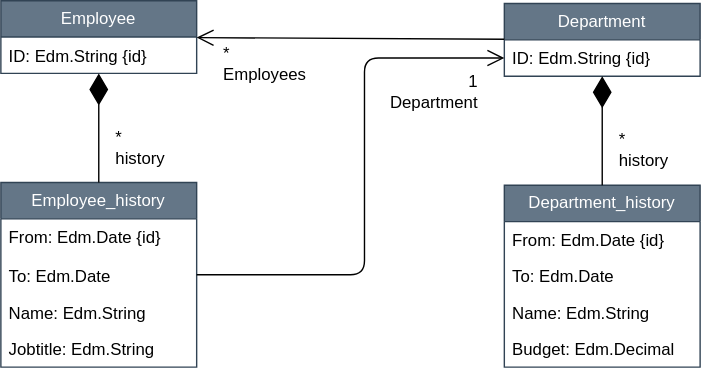
Above: odata-temporal-ext/images/api-2.drawio.svg in oasis-tcs/odata-specs (draw.io), before the change. Source tidied: cells renumbered, new cells last; positions are measured from the earlier drawing's top-left corner, leaving out a move shared by most shapes.
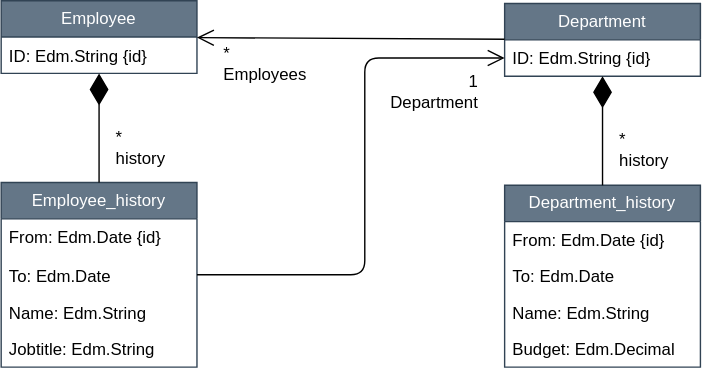
The same file after the commit.

The edit, as a diff of the source:
```diff
@@ -2,70 +2,70 @@
   <root>
     <mxCell id="0" />
     <mxCell id="1" parent="0" />
-    <mxCell id="2" value="Employee_history" style="swimlane;fontStyle=0;horizontal=1;startSize=26;fillColor=#647687;whiteSpace=wrap;html=1;strokeColor=#314354;fontColor=#ffffff;" parent="1" vertex="1">
+    <mxCell id="2" value="Employee_history" style="swimlane;fontStyle=0;horizontal=1;startSize=26;fillColor=#647687;whiteSpace=wrap;html=1;strokeColor=#314354;fontColor=#ffffff;fontFamily=Liberation Sans;" parent="1" vertex="1">
       <mxGeometry y="130" width="140" height="132" as="geometry" />
     </mxCell>
-    <mxCell id="3" value="From: Edm.Date {id}" style="text;strokeColor=none;fillColor=none;align=left;verticalAlign=top;spacingLeft=4;spacingRight=4;overflow=hidden;whiteSpace=wrap;html=1;" parent="2" vertex="1">
+    <mxCell id="3" value="From: Edm.Date {id}" style="text;strokeColor=none;fillColor=none;align=left;verticalAlign=top;spacingLeft=4;spacingRight=4;overflow=hidden;whiteSpace=wrap;html=1;fontFamily=Liberation Sans;" parent="2" vertex="1">
       <mxGeometry y="26" width="140" height="28" as="geometry" />
     </mxCell>
-    <mxCell id="4" value="To: Edm.Date" style="text;strokeColor=none;fillColor=none;align=left;verticalAlign=top;spacingLeft=4;spacingRight=4;overflow=hidden;whiteSpace=wrap;html=1;" parent="2" vertex="1">
+    <mxCell id="4" value="To: Edm.Date" style="text;strokeColor=none;fillColor=none;align=left;verticalAlign=top;spacingLeft=4;spacingRight=4;overflow=hidden;whiteSpace=wrap;html=1;fontFamily=Liberation Sans;" parent="2" vertex="1">
       <mxGeometry y="54" width="140" height="26" as="geometry" />
     </mxCell>
-    <mxCell id="5" value="Name: Edm.String" style="text;strokeColor=none;fillColor=none;align=left;verticalAlign=top;spacingLeft=4;spacingRight=4;overflow=hidden;whiteSpace=wrap;html=1;" parent="2" vertex="1">
+    <mxCell id="5" value="Name: Edm.String" style="text;strokeColor=none;fillColor=none;align=left;verticalAlign=top;spacingLeft=4;spacingRight=4;overflow=hidden;whiteSpace=wrap;html=1;fontFamily=Liberation Sans;" parent="2" vertex="1">
       <mxGeometry y="80" width="140" height="26" as="geometry" />
     </mxCell>
-    <mxCell id="6" value="Jobtitle: Edm.String" style="text;strokeColor=none;fillColor=none;align=left;verticalAlign=top;spacingLeft=4;spacingRight=4;overflow=hidden;whiteSpace=wrap;html=1;" parent="2" vertex="1">
+    <mxCell id="6" value="Jobtitle: Edm.String" style="text;strokeColor=none;fillColor=none;align=left;verticalAlign=top;spacingLeft=4;spacingRight=4;overflow=hidden;whiteSpace=wrap;html=1;fontFamily=Liberation Sans;" parent="2" vertex="1">
       <mxGeometry y="106" width="140" height="26" as="geometry" />
     </mxCell>
-    <mxCell id="7" value="Department_history" style="swimlane;fontStyle=0;horizontal=1;startSize=26;whiteSpace=wrap;html=1;fillColor=#647687;strokeColor=#314354;fontColor=#ffffff;" parent="1" vertex="1">
+    <mxCell id="7" value="Department_history" style="swimlane;fontStyle=0;horizontal=1;startSize=26;whiteSpace=wrap;html=1;fillColor=#647687;strokeColor=#314354;fontColor=#ffffff;fontFamily=Liberation Sans;" parent="1" vertex="1">
       <mxGeometry x="360" y="132" width="140" height="130" as="geometry" />
     </mxCell>
-    <mxCell id="8" value="From: Edm.Date {id}" style="text;strokeColor=none;fillColor=none;align=left;verticalAlign=top;spacingLeft=4;spacingRight=4;overflow=hidden;whiteSpace=wrap;html=1;" parent="7" vertex="1">
+    <mxCell id="8" value="From: Edm.Date {id}" style="text;strokeColor=none;fillColor=none;align=left;verticalAlign=top;spacingLeft=4;spacingRight=4;overflow=hidden;whiteSpace=wrap;html=1;fontFamily=Liberation Sans;" parent="7" vertex="1">
       <mxGeometry y="26" width="140" height="26" as="geometry" />
     </mxCell>
-    <mxCell id="9" value="To: Edm.Date" style="text;strokeColor=none;fillColor=none;align=left;verticalAlign=top;spacingLeft=4;spacingRight=4;overflow=hidden;whiteSpace=wrap;html=1;" parent="7" vertex="1">
+    <mxCell id="9" value="To: Edm.Date" style="text;strokeColor=none;fillColor=none;align=left;verticalAlign=top;spacingLeft=4;spacingRight=4;overflow=hidden;whiteSpace=wrap;html=1;fontFamily=Liberation Sans;" parent="7" vertex="1">
       <mxGeometry y="52" width="140" height="26" as="geometry" />
     </mxCell>
-    <mxCell id="10" value="Name: Edm.String" style="text;strokeColor=none;fillColor=none;align=left;verticalAlign=top;spacingLeft=4;spacingRight=4;overflow=hidden;whiteSpace=wrap;html=1;" parent="7" vertex="1">
+    <mxCell id="10" value="Name: Edm.String" style="text;strokeColor=none;fillColor=none;align=left;verticalAlign=top;spacingLeft=4;spacingRight=4;overflow=hidden;whiteSpace=wrap;html=1;fontFamily=Liberation Sans;" parent="7" vertex="1">
       <mxGeometry y="78" width="140" height="26" as="geometry" />
     </mxCell>
-    <mxCell id="11" value="Budget: Edm.Decimal" style="text;strokeColor=none;fillColor=none;align=left;verticalAlign=top;spacingLeft=4;spacingRight=4;overflow=hidden;whiteSpace=wrap;html=1;" parent="7" vertex="1">
+    <mxCell id="11" value="Budget: Edm.Decimal" style="text;strokeColor=none;fillColor=none;align=left;verticalAlign=top;spacingLeft=4;spacingRight=4;overflow=hidden;whiteSpace=wrap;html=1;fontFamily=Liberation Sans;" parent="7" vertex="1">
       <mxGeometry y="104" width="140" height="26" as="geometry" />
     </mxCell>
-    <mxCell id="12" value="Employee" style="swimlane;fontStyle=0;horizontal=1;startSize=26;fillColor=#647687;whiteSpace=wrap;html=1;strokeColor=#314354;fontColor=#ffffff;" parent="1" vertex="1">
+    <mxCell id="12" value="Employee" style="swimlane;fontStyle=0;horizontal=1;startSize=26;fillColor=#647687;whiteSpace=wrap;html=1;strokeColor=#314354;fontColor=#ffffff;fontFamily=Liberation Sans;" parent="1" vertex="1">
       <mxGeometry width="140" height="52" as="geometry" />
     </mxCell>
-    <mxCell id="13" value="ID: Edm.String {id}" style="text;strokeColor=none;fillColor=none;align=left;verticalAlign=top;spacingLeft=4;spacingRight=4;overflow=hidden;whiteSpace=wrap;html=1;" parent="12" vertex="1">
+    <mxCell id="13" value="ID: Edm.String {id}" style="text;strokeColor=none;fillColor=none;align=left;verticalAlign=top;spacingLeft=4;spacingRight=4;overflow=hidden;whiteSpace=wrap;html=1;fontFamily=Liberation Sans;" parent="12" vertex="1">
       <mxGeometry y="26" width="140" height="26" as="geometry" />
     </mxCell>
-    <mxCell id="14" value="Department" style="swimlane;fontStyle=0;horizontal=1;startSize=26;whiteSpace=wrap;html=1;fillColor=#647687;strokeColor=#314354;fontColor=#ffffff;" parent="1" vertex="1">
+    <mxCell id="14" value="Department" style="swimlane;fontStyle=0;horizontal=1;startSize=26;whiteSpace=wrap;html=1;fillColor=#647687;strokeColor=#314354;fontColor=#ffffff;fontFamily=Liberation Sans;" parent="1" vertex="1">
       <mxGeometry x="360" y="2" width="140" height="52" as="geometry" />
     </mxCell>
-    <mxCell id="15" value="ID: Edm.String {id}" style="text;strokeColor=none;fillColor=none;align=left;verticalAlign=top;spacingLeft=4;spacingRight=4;overflow=hidden;points=[[0,0.5],[1,0.5]];portConstraint=eastwest;whiteSpace=wrap;html=1;" parent="14" vertex="1">
+    <mxCell id="15" value="ID: Edm.String {id}" style="text;strokeColor=none;fillColor=none;align=left;verticalAlign=top;spacingLeft=4;spacingRight=4;overflow=hidden;points=[[0,0.5],[1,0.5]];portConstraint=eastwest;whiteSpace=wrap;html=1;fontFamily=Liberation Sans;" parent="14" vertex="1">
       <mxGeometry y="26" width="140" height="26" as="geometry" />
     </mxCell>
-    <mxCell id="16" style="endArrow=none;startArrow=open;html=1;rounded=0;startFill=0;endFill=0;endSize=10;startSize=10;" parent="1" edge="1" source="12" target="14">
+    <mxCell id="16" style="endArrow=none;startArrow=open;html=1;rounded=0;startFill=0;endFill=0;endSize=10;startSize=10;fontFamily=Liberation Sans;" parent="1" edge="1" source="12" target="14">
       <mxGeometry relative="1" as="geometry" />
     </mxCell>
-    <mxCell id="17" value="&lt;div style=&quot;text-align: left;&quot;&gt;&lt;span style=&quot;background-color: initial;&quot;&gt;*&lt;/span&gt;&lt;/div&gt;&lt;div style=&quot;text-align: left;&quot;&gt;&lt;span style=&quot;background-color: initial;&quot;&gt;Employees&lt;/span&gt;&lt;/div&gt;" style="text;strokeColor=none;align=center;fillColor=none;html=1;verticalAlign=middle;whiteSpace=wrap;rounded=0;" parent="1" vertex="1">
+    <mxCell id="17" value="&lt;div style=&quot;text-align: left;&quot;&gt;&lt;span style=&quot;background-color: initial;&quot;&gt;*&lt;/span&gt;&lt;/div&gt;&lt;div style=&quot;text-align: left;&quot;&gt;&lt;span style=&quot;background-color: initial;&quot;&gt;Employees&lt;/span&gt;&lt;/div&gt;" style="text;strokeColor=none;align=center;fillColor=none;html=1;verticalAlign=middle;whiteSpace=wrap;rounded=0;fontFamily=Liberation Sans;" parent="1" vertex="1">
       <mxGeometry x="159" y="30" width="60" height="30" as="geometry" />
     </mxCell>
-    <mxCell id="18" style="endArrow=diamondThin;startArrow=none;html=1;rounded=0;startFill=0;endFill=1;endSize=20;startSize=10;exitX=0.5;exitY=0;exitDx=0;exitDy=0;" parent="1" edge="1" source="7" target="14">
+    <mxCell id="18" style="endArrow=diamondThin;startArrow=none;html=1;rounded=0;startFill=0;endFill=1;endSize=20;startSize=10;exitX=0.5;exitY=0;exitDx=0;exitDy=0;fontFamily=Liberation Sans;" parent="1" edge="1" source="7" target="14">
       <mxGeometry relative="1" as="geometry" />
     </mxCell>
-    <mxCell id="19" value="&lt;div style=&quot;text-align: left;&quot;&gt;&lt;span style=&quot;background-color: initial;&quot;&gt;*&lt;/span&gt;&lt;/div&gt;&lt;div style=&quot;text-align: left;&quot;&gt;history&lt;/div&gt;" style="text;strokeColor=none;align=center;fillColor=none;html=1;verticalAlign=middle;whiteSpace=wrap;rounded=0;" parent="1" vertex="1">
+    <mxCell id="19" value="&lt;div style=&quot;text-align: left;&quot;&gt;&lt;span style=&quot;background-color: initial;&quot;&gt;*&lt;/span&gt;&lt;/div&gt;&lt;div style=&quot;text-align: left;&quot;&gt;history&lt;/div&gt;" style="text;strokeColor=none;align=center;fillColor=none;html=1;verticalAlign=middle;whiteSpace=wrap;rounded=0;fontFamily=Liberation Sans;" parent="1" vertex="1">
       <mxGeometry x="430" y="92" width="60" height="30" as="geometry" />
     </mxCell>
-    <mxCell id="20" style="endArrow=diamondThin;startArrow=none;html=1;rounded=0;startFill=0;endFill=1;endSize=20;startSize=10;exitX=0.5;exitY=0;exitDx=0;exitDy=0;" parent="1" edge="1" source="2" target="12">
+    <mxCell id="20" style="endArrow=diamondThin;startArrow=none;html=1;rounded=0;startFill=0;endFill=1;endSize=20;startSize=10;exitX=0.5;exitY=0;exitDx=0;exitDy=0;fontFamily=Liberation Sans;" parent="1" edge="1" source="2" target="12">
       <mxGeometry relative="1" as="geometry" />
     </mxCell>
-    <mxCell id="21" value="&lt;div style=&quot;text-align: left;&quot;&gt;&lt;span style=&quot;background-color: initial;&quot;&gt;*&lt;/span&gt;&lt;/div&gt;&lt;div style=&quot;text-align: left;&quot;&gt;history&lt;/div&gt;" style="text;strokeColor=none;align=center;fillColor=none;html=1;verticalAlign=middle;whiteSpace=wrap;rounded=0;" parent="1" vertex="1">
+    <mxCell id="21" value="&lt;div style=&quot;text-align: left;&quot;&gt;&lt;span style=&quot;background-color: initial;&quot;&gt;*&lt;/span&gt;&lt;/div&gt;&lt;div style=&quot;text-align: left;&quot;&gt;history&lt;/div&gt;" style="text;strokeColor=none;align=center;fillColor=none;html=1;verticalAlign=middle;whiteSpace=wrap;rounded=0;fontFamily=Liberation Sans;" parent="1" vertex="1">
       <mxGeometry x="70" y="90" width="60" height="30" as="geometry" />
     </mxCell>
-    <mxCell id="22" value="&lt;div style=&quot;&quot;&gt;&lt;div style=&quot;text-align: right;&quot;&gt;&lt;span style=&quot;background-color: initial;&quot;&gt;1&lt;/span&gt;&lt;/div&gt;&lt;div style=&quot;text-align: right;&quot;&gt;&lt;span style=&quot;background-color: initial;&quot;&gt;Department&lt;/span&gt;&lt;/div&gt;&lt;/div&gt;" style="text;strokeColor=none;align=center;fillColor=none;html=1;verticalAlign=middle;whiteSpace=wrap;rounded=0;" parent="1" vertex="1">
+    <mxCell id="22" value="&lt;div style=&quot;&quot;&gt;&lt;div style=&quot;text-align: right;&quot;&gt;&lt;span style=&quot;background-color: initial;&quot;&gt;1&lt;/span&gt;&lt;/div&gt;&lt;div style=&quot;text-align: right;&quot;&gt;&lt;span style=&quot;background-color: initial;&quot;&gt;Department&lt;/span&gt;&lt;/div&gt;&lt;/div&gt;" style="text;strokeColor=none;align=center;fillColor=none;html=1;verticalAlign=middle;whiteSpace=wrap;rounded=0;fontFamily=Liberation Sans;" parent="1" vertex="1">
       <mxGeometry x="280" y="50" width="60" height="30" as="geometry" />
     </mxCell>
-    <mxCell id="23" style="edgeStyle=elbowEdgeStyle;html=1;labelBackgroundColor=none;rounded=1;elbow=horizontal;endArrow=open;endFill=0;align=left;startSize=10;endSize=10;entryX=0;entryY=0.5;entryDx=0;entryDy=0;" parent="1" edge="1" source="2" target="15">
+    <mxCell id="23" style="edgeStyle=elbowEdgeStyle;html=1;labelBackgroundColor=none;rounded=1;elbow=horizontal;endArrow=open;endFill=0;align=left;startSize=10;endSize=10;entryX=0;entryY=0.5;entryDx=0;entryDy=0;fontFamily=Liberation Sans;" parent="1" edge="1" source="2" target="15">
       <mxGeometry relative="1" as="geometry">
         <Array as="points">
           <mxPoint x="260" y="120" />
```
